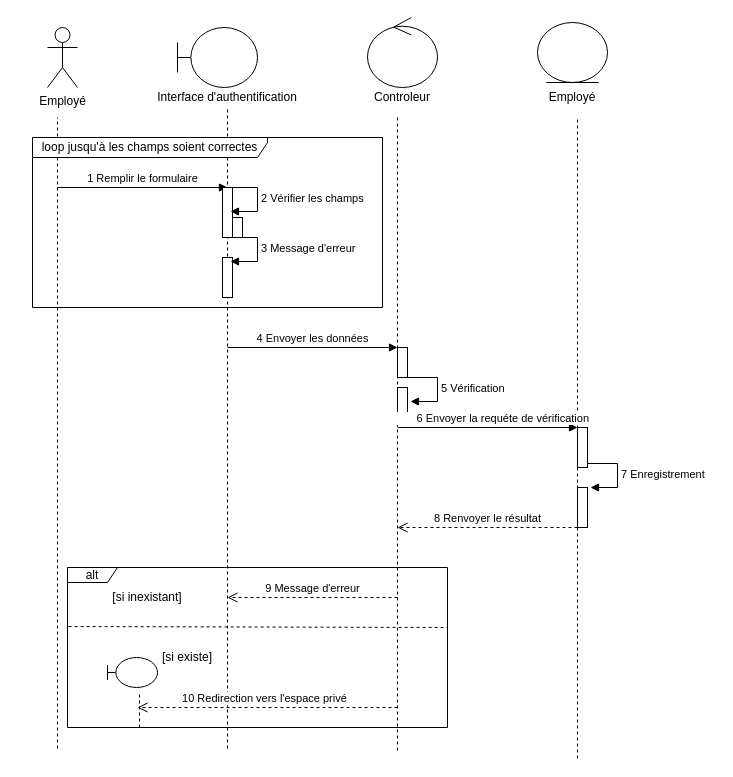
Earlier version of the draw.io diagram Untitled Diagram.drawio (iheblatrech/form-inscription-react). Source tidied: cells renumbered, new cells numbered last; positions are measured from the earlier drawing's top-left corner, leaving out a move shared by most shapes. Both pictures are drawn from the tidied source at 100%, with x=0, y=0 at pixel (32, 17).
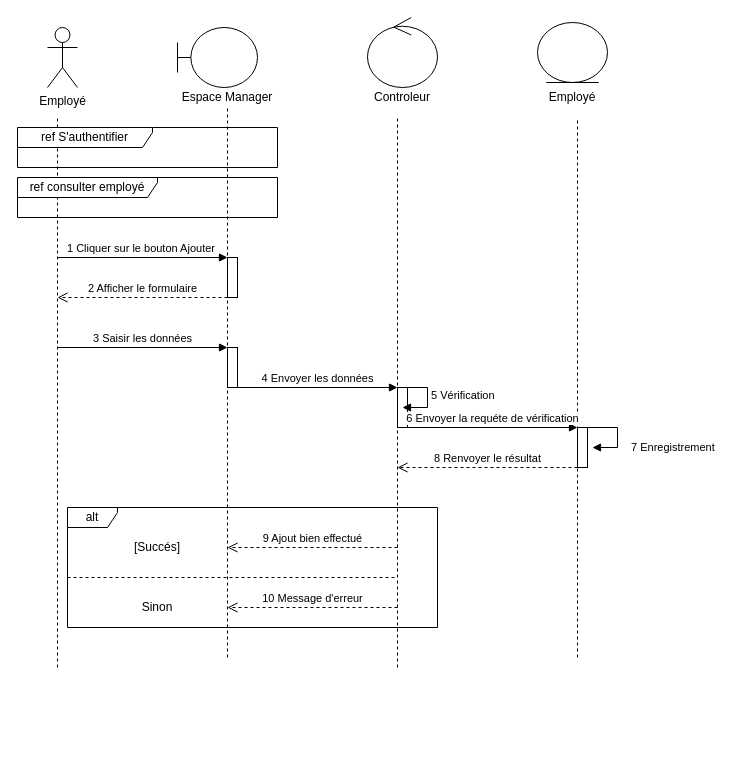
The same diagram, later.

Commit message:
séquence-ajout-employé

Diff of the diagram source:
```diff
@@
-    <mxCell id="6" value="Interface d'authentification" style="text;html=1;strokeColor=none;fillColor=none;align=center;verticalAlign=middle;whiteSpace=wrap;rounded=0;" parent="1" vertex="1">
+    <mxCell id="6" value="Espace Manager" style="text;html=1;strokeColor=none;fillColor=none;align=center;verticalAlign=middle;whiteSpace=wrap;rounded=0;" parent="1" vertex="1">
       <mxGeometry x="115" y="70" width="160" height="20" as="geometry" />
     </mxCell>
@@
     <mxCell id="10" style="endArrow=none;dashed=1;html=1;" parent="1" edge="1">
       <mxGeometry relative="1" as="geometry">
-        <mxPoint x="25" y="731" as="sourcePoint" />
+        <mxPoint x="25" y="650" as="sourcePoint" />
         <mxPoint x="25" y="100" as="targetPoint" />
       </mxGeometry>
     </mxCell>
     <mxCell id="11" style="endArrow=none;dashed=1;html=1;entryX=0.5;entryY=1;entryDx=0;entryDy=0;" parent="1" edge="1" target="6">
       <mxGeometry relative="1" as="geometry">
-        <mxPoint x="195" y="731" as="sourcePoint" />
+        <mxPoint x="195" y="640" as="sourcePoint" />
       </mxGeometry>
     </mxCell>
     <mxCell id="12" style="endArrow=none;dashed=1;html=1;" parent="1" edge="1">
       <mxGeometry relative="1" as="geometry">
-        <mxPoint x="365" y="733" as="sourcePoint" />
+        <mxPoint x="365" y="650" as="sourcePoint" />
         <mxPoint x="365" y="100" as="targetPoint" />
       </mxGeometry>
     </mxCell>
     <mxCell id="13" style="endArrow=none;dashed=1;html=1;" parent="1" edge="1">
       <mxGeometry relative="1" as="geometry">
-        <mxPoint x="545" y="741" as="sourcePoint" />
+        <mxPoint x="545" y="640" as="sourcePoint" />
         <mxPoint x="545" y="100" as="targetPoint" />
       </mxGeometry>
     </mxCell>
-    <mxCell id="14" value="loop jusqu'à les champs soient correctes" style="shape=umlFrame;whiteSpace=wrap;html=1;width=235;height=20;" parent="1" vertex="1">
-      <mxGeometry y="120" width="350" height="170" as="geometry" />
+    <mxCell id="14" value="ref S'authentifier" style="shape=umlFrame;whiteSpace=wrap;html=1;width=135;height=20;" parent="1" vertex="1">
+      <mxGeometry x="-15" y="110" width="260" height="40" as="geometry" />
     </mxCell>
-    <mxCell id="15" value="1 Remplir le formulaire" style="html=1;verticalAlign=bottom;endArrow=block;" parent="1" edge="1">
-      <mxGeometry relative="1" as="geometry">
-        <mxPoint x="25" y="170" as="sourcePoint" />
-        <mxPoint x="195" y="170" as="targetPoint" />
-      </mxGeometry>
-    </mxCell>
-    <mxCell id="16" style="html=1;perimeter=orthogonalPerimeter;" parent="1" vertex="1">
-      <mxGeometry x="190" y="170" width="10" height="50" as="geometry" />
-    </mxCell>
-    <mxCell id="17" value="2 Vérifier les champs" style="edgeStyle=orthogonalEdgeStyle;html=1;align=left;spacingLeft=2;endArrow=block;rounded=0;entryX=1.3;entryY=0.6;entryDx=0;entryDy=0;entryPerimeter=0;" parent="1" edge="1">
-      <mxGeometry relative="1" as="geometry">
-        <mxPoint x="195" y="170" as="sourcePoint" />
-        <mxPoint x="198" y="194" as="targetPoint" />
-        <Array as="points">
-          <mxPoint x="225" y="170" />
-          <mxPoint x="225" y="194" />
-        </Array>
-      </mxGeometry>
-    </mxCell>
-    <mxCell id="18" style="html=1;perimeter=orthogonalPerimeter;" parent="1" vertex="1">
-      <mxGeometry x="200" y="200" width="10" height="20" as="geometry" />
-    </mxCell>
-    <mxCell id="19" style="html=1;perimeter=orthogonalPerimeter;" parent="1" vertex="1">
-      <mxGeometry x="190" y="240" width="10" height="40" as="geometry" />
-    </mxCell>
-    <mxCell id="20" value="3 Message d'erreur" style="edgeStyle=orthogonalEdgeStyle;html=1;align=left;spacingLeft=2;endArrow=block;rounded=0;entryX=1.3;entryY=0.6;entryDx=0;entryDy=0;entryPerimeter=0;" parent="1" edge="1">
-      <mxGeometry relative="1" as="geometry">
-        <mxPoint x="195" y="220" as="sourcePoint" />
-        <mxPoint x="198" y="244" as="targetPoint" />
-        <Array as="points">
-          <mxPoint x="225" y="220" />
-          <mxPoint x="225" y="244" />
-        </Array>
-      </mxGeometry>
-    </mxCell>
+    <mxCell id="38" value="ref consulter employé" style="shape=umlFrame;whiteSpace=wrap;html=1;width=140;height=20;" parent="1" vertex="1">
+      <mxGeometry x="-15" y="160" width="260" height="40" as="geometry" />
+    </mxCell>
+    <mxCell id="39" value="1 Cliquer sur le bouton Ajouter&amp;nbsp;" style="html=1;verticalAlign=bottom;endArrow=block;" parent="1" edge="1">
+      <mxGeometry relative="1" as="geometry">
+        <mxPoint x="25" y="240" as="sourcePoint" />
+        <mxPoint x="195" y="240" as="targetPoint" />
+      </mxGeometry>
+    </mxCell>
+    <mxCell id="40" style="html=1;perimeter=orthogonalPerimeter;" parent="1" vertex="1">
+      <mxGeometry x="195" y="240" width="10" height="40" as="geometry" />
+    </mxCell>
+    <mxCell id="41" value="2 Afficher le formulaire" style="html=1;verticalAlign=bottom;endArrow=open;dashed=1;endSize=8;" parent="1" edge="1">
+      <mxGeometry relative="1" as="geometry">
+        <mxPoint x="195" y="280" as="sourcePoint" />
+        <mxPoint x="25" y="280" as="targetPoint" />
+      </mxGeometry>
+    </mxCell>
+    <mxCell id="42" value="3 Saisir les données" style="html=1;verticalAlign=bottom;endArrow=block;" parent="1" edge="1">
+      <mxGeometry relative="1" as="geometry">
+        <mxPoint x="25" y="330" as="sourcePoint" />
+        <mxPoint x="195" y="330" as="targetPoint" />
+      </mxGeometry>
+    </mxCell>
+    <mxCell id="43" style="html=1;perimeter=orthogonalPerimeter;" parent="1" vertex="1">
+      <mxGeometry x="195" y="330" width="10" height="40" as="geometry" />
+    </mxCell>
     <mxCell id="21" value="4 Envoyer les données" style="html=1;verticalAlign=bottom;endArrow=block;" parent="1" edge="1">
       <mxGeometry relative="1" as="geometry">
-        <mxPoint x="195" y="330" as="sourcePoint" />
-        <mxPoint x="365" y="330" as="targetPoint" />
+        <mxPoint x="205" y="370" as="sourcePoint" />
+        <mxPoint x="365" y="370" as="targetPoint" />
       </mxGeometry>
     </mxCell>
-    <mxCell id="22" style="html=1;perimeter=orthogonalPerimeter;" parent="1" vertex="1">
-      <mxGeometry x="365" y="330" width="10" height="30" as="geometry" />
-    </mxCell>
-    <mxCell id="23" style="html=1;perimeter=orthogonalPerimeter;" parent="1" vertex="1">
-      <mxGeometry x="365" y="370" width="10" height="30" as="geometry" />
-    </mxCell>
+    <mxCell id="44" style="html=1;perimeter=orthogonalPerimeter;" parent="1" vertex="1">
+      <mxGeometry x="365" y="370" width="10" height="40" as="geometry" />
+    </mxCell>
-    <mxCell id="24" value="5 Vérification" style="edgeStyle=orthogonalEdgeStyle;html=1;align=left;spacingLeft=2;endArrow=block;rounded=0;" parent="1" edge="1">
+    <mxCell id="24" value="5 Vérification" style="edgeStyle=orthogonalEdgeStyle;html=1;align=left;spacingLeft=2;endArrow=block;rounded=0;entryX=1;entryY=0;" parent="1" edge="1">
       <mxGeometry relative="1" as="geometry">
-        <mxPoint x="375" y="360" as="sourcePoint" />
-        <mxPoint x="378" y="384" as="targetPoint" />
+        <mxPoint x="365" y="370" as="sourcePoint" />
+        <mxPoint x="370" y="390" as="targetPoint" />
         <Array as="points">
-          <mxPoint x="405" y="360" />
-          <mxPoint x="405" y="384" />
+          <mxPoint x="395" y="370" />
         </Array>
       </mxGeometry>
     </mxCell>
-    <mxCell id="25" value="&amp;nbsp; &amp;nbsp; &amp;nbsp; &amp;nbsp; &amp;nbsp; 6 Envoyer la requéte de vérification" style="html=1;verticalAlign=bottom;endArrow=block;" parent="1" edge="1">
+    <mxCell id="25" value="6 Envoyer la requéte de vérification" style="html=1;verticalAlign=bottom;endArrow=block;" parent="1" edge="1">
       <mxGeometry relative="1" as="geometry">
-        <mxPoint x="365" y="410" as="sourcePoint" />
+        <mxPoint x="375" y="410" as="sourcePoint" />
         <mxPoint x="545" y="410" as="targetPoint" />
       </mxGeometry>
     </mxCell>
@@
-    <mxCell id="27" style="html=1;perimeter=orthogonalPerimeter;" parent="1" vertex="1">
-      <mxGeometry x="545" y="470" width="10" height="40" as="geometry" />
-    </mxCell>
-    <mxCell id="28" value="7 Enregistrement" style="edgeStyle=orthogonalEdgeStyle;html=1;align=left;spacingLeft=2;endArrow=block;rounded=0;entryX=1.3;entryY=0.6;entryDx=0;entryDy=0;entryPerimeter=0;" parent="1" edge="1">
-      <mxGeometry relative="1" as="geometry">
-        <mxPoint x="555" y="446" as="sourcePoint" />
-        <mxPoint x="558" y="470" as="targetPoint" />
+    <mxCell id="28" value="7 Enregistrement" style="edgeStyle=orthogonalEdgeStyle;html=1;align=left;spacingLeft=2;endArrow=block;rounded=0;entryX=1;entryY=0;" parent="1" edge="1">
+      <mxGeometry x="0.33" y="-10" relative="1" as="geometry">
+        <mxPoint x="555" y="410" as="sourcePoint" />
+        <mxPoint x="560" y="430" as="targetPoint" />
         <Array as="points">
-          <mxPoint x="585" y="446" />
-          <mxPoint x="585" y="470" />
+          <mxPoint x="585" y="410" />
         </Array>
+        <mxPoint x="10" y="10" as="offset" />
       </mxGeometry>
     </mxCell>
     <mxCell id="29" value="8 Renvoyer le résultat" style="html=1;verticalAlign=bottom;endArrow=open;dashed=1;endSize=8;" parent="1" edge="1">
       <mxGeometry relative="1" as="geometry">
-        <mxPoint x="545" y="510" as="sourcePoint" />
-        <mxPoint x="365" y="510" as="targetPoint" />
+        <mxPoint x="545" y="450" as="sourcePoint" />
+        <mxPoint x="365" y="450" as="targetPoint" />
       </mxGeometry>
     </mxCell>
-    <mxCell id="30" value="alt" style="shape=umlFrame;whiteSpace=wrap;html=1;width=50;height=15;" parent="1" vertex="1">
-      <mxGeometry x="35" y="550" width="380" height="160" as="geometry" />
+    <mxCell id="30" value="alt" style="shape=umlFrame;whiteSpace=wrap;html=1;width=50;height=20;" parent="1" vertex="1">
+      <mxGeometry x="35" y="490" width="370" height="120" as="geometry" />
     </mxCell>
-    <mxCell id="31" value="9 Message d'erreur" style="html=1;verticalAlign=bottom;endArrow=open;dashed=1;endSize=8;" parent="1" edge="1">
-      <mxGeometry relative="1" as="geometry">
-        <mxPoint x="365" y="580" as="sourcePoint" />
-        <mxPoint x="195" y="580" as="targetPoint" />
-      </mxGeometry>
-    </mxCell>
-    <mxCell id="32" value="[si inexistant]" style="text;html=1;strokeColor=none;fillColor=none;align=center;verticalAlign=middle;whiteSpace=wrap;rounded=0;" parent="1" vertex="1">
-      <mxGeometry x="75" y="570" width="80" height="20" as="geometry" />
-    </mxCell>
-    <mxCell id="33" style="endArrow=none;dashed=1;html=1;exitX=0.003;exitY=0.369;exitDx=0;exitDy=0;exitPerimeter=0;" parent="1" edge="1" source="30">
-      <mxGeometry relative="1" as="geometry">
-        <mxPoint x="415" y="610" as="targetPoint" />
-      </mxGeometry>
-    </mxCell>
-    <mxCell id="34" style="shape=umlBoundary;whiteSpace=wrap;html=1;" parent="1" vertex="1">
-      <mxGeometry x="75" y="640" width="50" height="30" as="geometry" />
-    </mxCell>
-    <mxCell id="35" style="endArrow=none;dashed=1;html=1;entryX=0.64;entryY=1.167;entryDx=0;entryDy=0;entryPerimeter=0;" parent="1" edge="1" target="34">
-      <mxGeometry relative="1" as="geometry">
-        <mxPoint x="107" y="710" as="sourcePoint" />
-      </mxGeometry>
-    </mxCell>
-    <mxCell id="36" value="[si existe]" style="text;html=1;strokeColor=none;fillColor=none;align=center;verticalAlign=middle;whiteSpace=wrap;rounded=0;" parent="1" vertex="1">
-      <mxGeometry x="125" y="630" width="60" height="20" as="geometry" />
-    </mxCell>
-    <mxCell id="37" value="10 Redirection vers l'espace privé&amp;nbsp;&amp;nbsp;" style="html=1;verticalAlign=bottom;endArrow=open;dashed=1;endSize=8;" parent="1" edge="1">
-      <mxGeometry relative="1" as="geometry">
-        <mxPoint x="365" y="690" as="sourcePoint" />
-        <mxPoint x="105" y="690" as="targetPoint" />
-      </mxGeometry>
-    </mxCell>
+    <mxCell id="45" value="9 Ajout bien effectué" style="html=1;verticalAlign=bottom;endArrow=open;dashed=1;endSize=8;" parent="1" edge="1">
+      <mxGeometry relative="1" as="geometry">
+        <mxPoint x="365" y="530" as="sourcePoint" />
+        <mxPoint x="195" y="530" as="targetPoint" />
+      </mxGeometry>
+    </mxCell>
+    <mxCell id="46" value="[Succés]" style="text;html=1;strokeColor=none;fillColor=none;align=center;verticalAlign=middle;whiteSpace=wrap;rounded=0;" parent="1" vertex="1">
+      <mxGeometry x="105" y="520" width="40" height="20" as="geometry" />
+    </mxCell>
+    <mxCell id="47" style="endArrow=none;dashed=1;html=1;" parent="1" edge="1">
+      <mxGeometry relative="1" as="geometry">
+        <mxPoint x="35" y="560" as="sourcePoint" />
+        <mxPoint x="365" y="560" as="targetPoint" />
+      </mxGeometry>
+    </mxCell>
+    <mxCell id="48" value="10 Message d'erreur" style="html=1;verticalAlign=bottom;endArrow=open;dashed=1;endSize=8;" parent="1" edge="1">
+      <mxGeometry relative="1" as="geometry">
+        <mxPoint x="365" y="590" as="sourcePoint" />
+        <mxPoint x="195" y="590" as="targetPoint" />
+      </mxGeometry>
+    </mxCell>
+    <mxCell id="49" value="Sinon" style="text;html=1;strokeColor=none;fillColor=none;align=center;verticalAlign=middle;whiteSpace=wrap;rounded=0;" parent="1" vertex="1">
+      <mxGeometry x="105" y="580" width="40" height="20" as="geometry" />
+    </mxCell>
```
